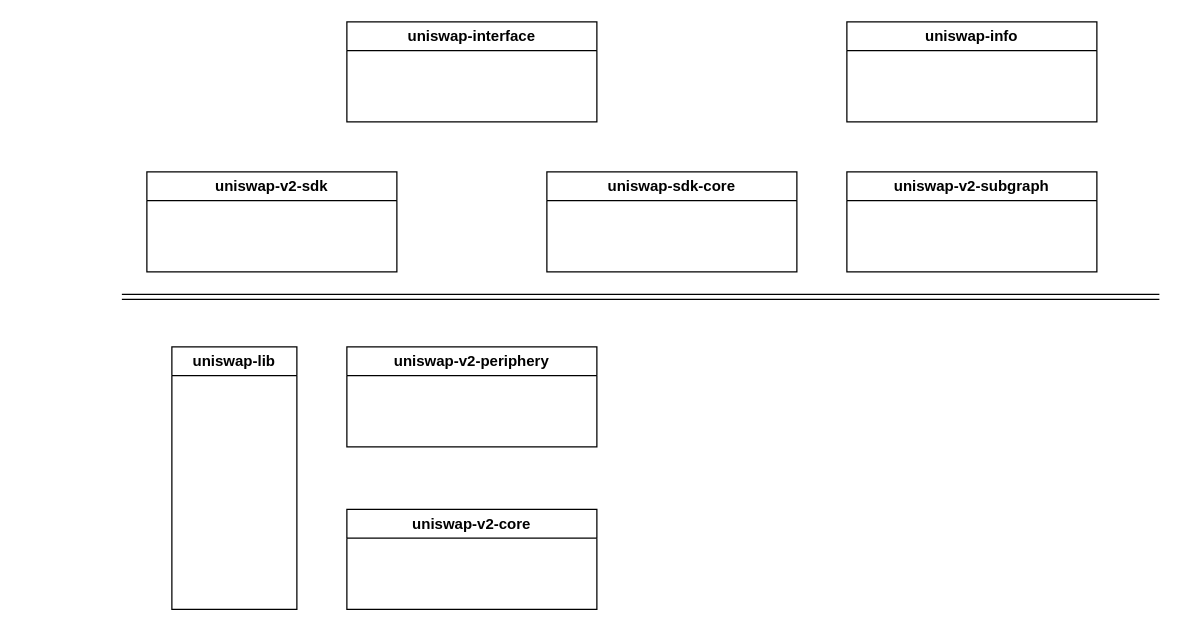
Before: Uniswap-V2-架构图.drawio in nogoingbac/draw-diagrams, a draw.io diagram. Source tidied: cells renumbered, new cells numbered last; positions are measured from the earlier drawing's top-left corner, leaving out a move shared by most shapes. Both pictures are drawn from the tidied source at 125%, with x=0, y=0 at pixel (121, 21).
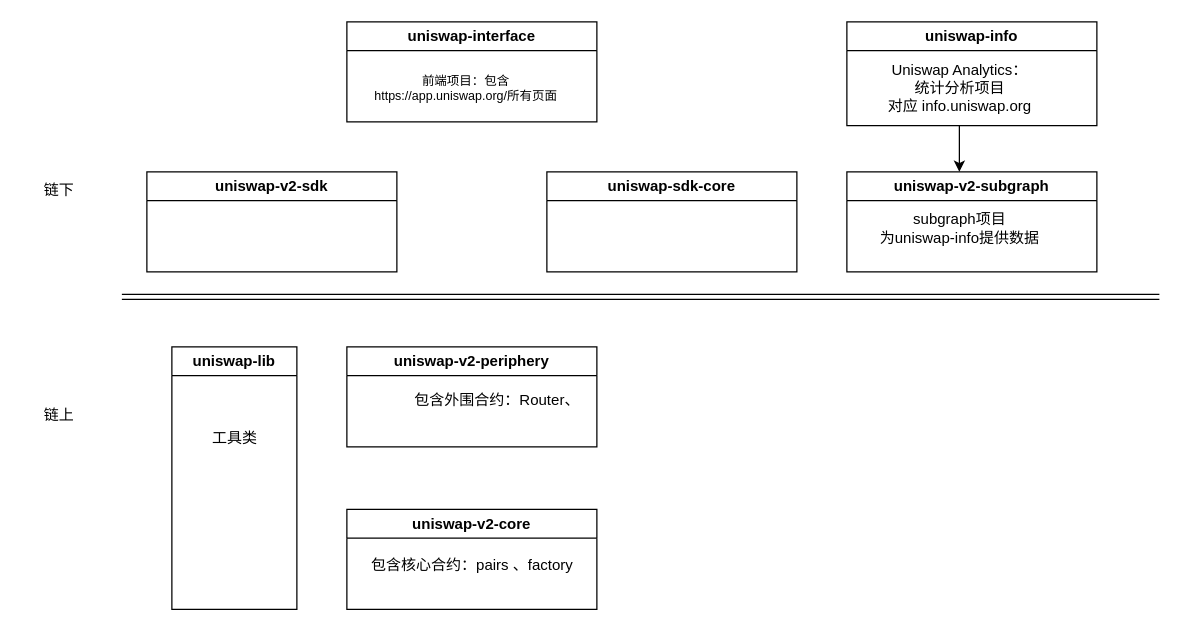
The same page after the edit.

Commit message:
更新Uniswap-V2-架构图.drawio

The change refers to these unchanged cells:
```xml
<mxCell id="2" value="uniswap-interface" style="swimlane;whiteSpace=wrap;html=1;" parent="1" vertex="1">
  <mxGeometry x="180" width="200" height="80" as="geometry" />
</mxCell>
<mxCell id="6" value="uniswap-v2-core" style="swimlane;whiteSpace=wrap;html=1;" parent="1" vertex="1">
  <mxGeometry x="180" y="390" width="200" height="80" as="geometry" />
</mxCell>
<mxCell id="7" value="uniswap-lib" style="swimlane;whiteSpace=wrap;html=1;" parent="1" vertex="1">
  <mxGeometry x="40" y="260" width="100" height="210" as="geometry" />
</mxCell>
<mxCell id="9" value="uniswap-v2-subgraph" style="swimlane;whiteSpace=wrap;html=1;" parent="1" vertex="1">
  <mxGeometry x="580" y="120" width="200" height="80" as="geometry" />
</mxCell>
```

The edit, as a diff of the source:
```diff
@@
+    <mxCell id="11" value="&lt;font style=&quot;font-size: 10px;&quot;&gt;前端项目：包含&lt;br style=&quot;font-size: 10px;&quot;&gt;https://app.uniswap.org/所有页面&lt;/font&gt;" style="text;html=1;align=center;verticalAlign=middle;strokeColor=none;fillColor=none;fontSize=10;" parent="2" vertex="1">
+      <mxGeometry x="-5" y="33" width="200" height="40" as="geometry" />
+    </mxCell>
@@
+    <mxCell id="12" value="包含核心合约：pairs 、factory" style="text;html=1;align=center;verticalAlign=middle;strokeColor=none;fillColor=none;" parent="6" vertex="1">
+      <mxGeometry x="10" y="30" width="180" height="30" as="geometry" />
+    </mxCell>
@@
+    <mxCell id="13" value="工具类" style="text;html=1;align=center;verticalAlign=middle;strokeColor=none;fillColor=none;" parent="7" vertex="1">
+      <mxGeometry x="20" y="58" width="60" height="30" as="geometry" />
+    </mxCell>
     <mxCell id="8" value="uniswap-info" style="swimlane;whiteSpace=wrap;html=1;" parent="1" vertex="1">
-      <mxGeometry x="580" width="200" height="80" as="geometry" />
+      <mxGeometry x="580" width="200" height="83" as="geometry" />
     </mxCell>
+    <mxCell id="14" value="Uniswap Analytics：&lt;br&gt;统计分析项目&lt;br&gt;对应 info.uniswap.org" style="text;html=1;align=center;verticalAlign=middle;points=[];strokeColor=none;fillColor=none;" parent="8" vertex="1">
+      <mxGeometry x="20" y="23" width="140" height="60" as="geometry" />
+    </mxCell>
@@
+    <mxCell id="15" value="subgraph项目&lt;br&gt;为uniswap-info提供数据" style="text;html=1;align=center;verticalAlign=middle;strokeColor=none;fillColor=none;" parent="9" vertex="1">
+      <mxGeometry x="15" y="25" width="150" height="40" as="geometry" />
+    </mxCell>
@@
+    <mxCell id="16" style="edgeStyle=orthogonalEdgeStyle;rounded=0;jettySize=auto;html=1;" parent="1" edge="1" source="14">
+      <mxGeometry relative="1" as="geometry">
+        <mxPoint x="670" y="120" as="targetPoint" />
+      </mxGeometry>
+    </mxCell>
+    <mxCell id="17" value="包含外围合约：Router、" style="text;html=1;align=center;verticalAlign=middle;strokeColor=none;fillColor=none;" parent="1" vertex="1">
+      <mxGeometry x="220" y="288" width="160" height="30" as="geometry" />
+    </mxCell>
+    <mxCell id="18" value="链上" style="text;html=1;strokeColor=none;fillColor=none;align=center;verticalAlign=middle;whiteSpace=wrap;rounded=0;" parent="1" vertex="1">
+      <mxGeometry x="-80" y="300" width="60" height="30" as="geometry" />
+    </mxCell>
+    <mxCell id="19" value="链下" style="text;html=1;strokeColor=none;fillColor=none;align=center;verticalAlign=middle;whiteSpace=wrap;rounded=0;" parent="1" vertex="1">
+      <mxGeometry x="-80" y="120" width="60" height="30" as="geometry" />
+    </mxCell>
```
